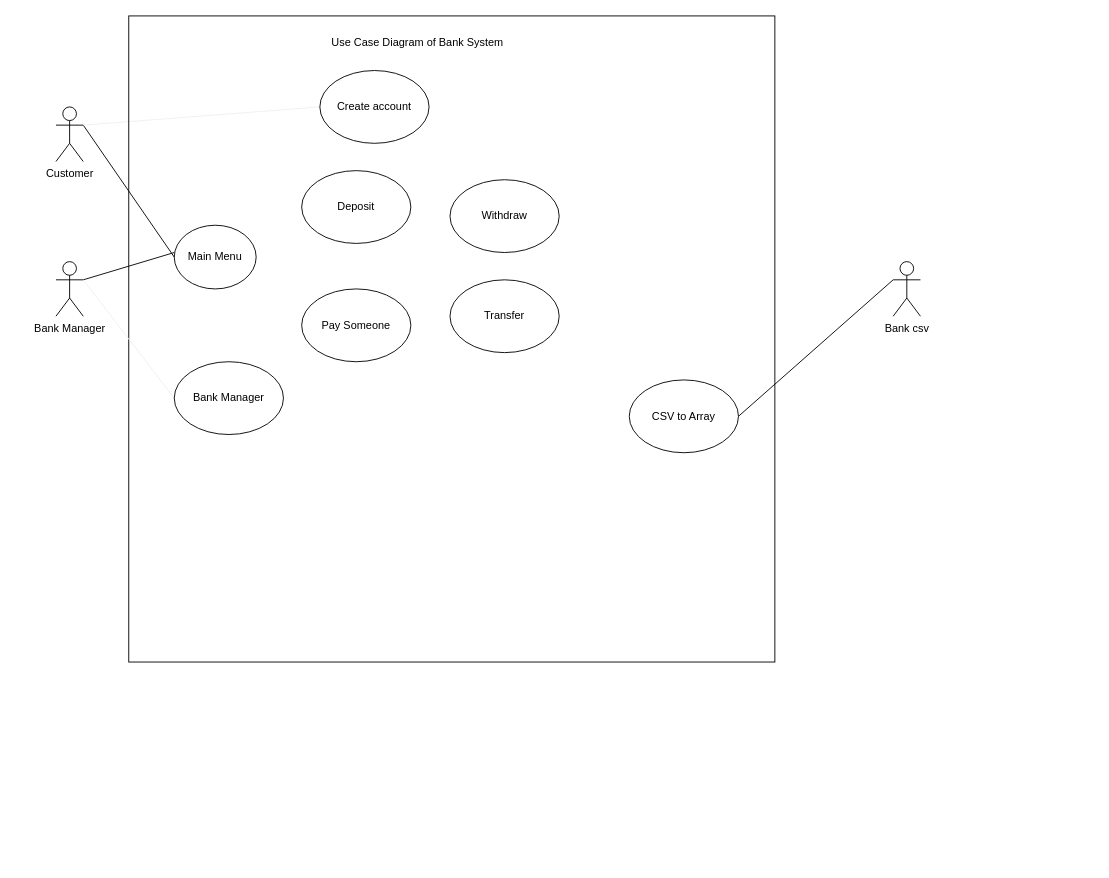
The draw.io diagram page "UML use case" (1 of 2) of Untitled Diagram.drawio in Ocor17/Simple-Banking-Application, before the edit. Source tidied: cells renumbered, new cells numbered last; positions are measured from the earlier drawing's top-left corner, leaving out a move shared by most shapes. Both pictures are drawn from the tidied source at 91%, with x=0, y=0 at pixel (56, 15).
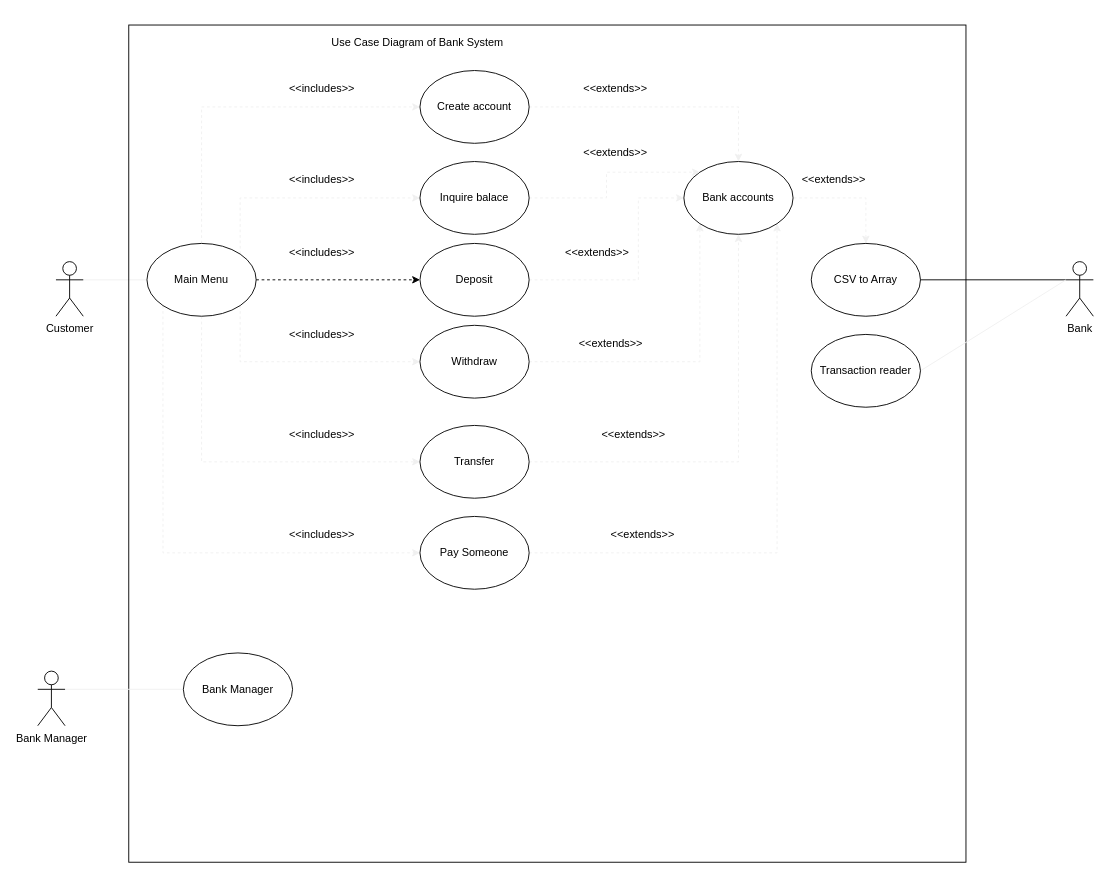
The same diagram, later.

What changed in the source:
```diff
@@
-    <mxCell id="2" style="edgeStyle=none;rounded=0;jettySize=auto;html=1;exitX=1;exitY=0.3333333333333333;exitDx=0;exitDy=0;exitPerimeter=0;entryX=0;entryY=0.5;entryDx=0;entryDy=0;endArrow=none;endFill=0;" parent="1" edge="1" source="4" target="7">
+    <mxCell id="2" style="edgeStyle=none;rounded=0;jettySize=auto;html=1;exitX=1;exitY=0.5;exitDx=0;exitDy=0;endArrow=classic;endFill=1;entryX=0;entryY=0.5;entryDx=0;entryDy=0;dashed=1;" parent="1" edge="1" source="7" target="14">
       <mxGeometry relative="1" as="geometry" />
     </mxCell>
-    <mxCell id="3" style="edgeStyle=none;rounded=0;jettySize=auto;html=1;exitX=1;exitY=0.3333333333333333;exitDx=0;exitDy=0;exitPerimeter=0;entryX=0;entryY=0.5;entryDx=0;entryDy=0;endArrow=none;endFill=0;strokeColor=#f0f0f0;" parent="1" edge="1" source="4" target="17">
+    <mxCell id="3" style="edgeStyle=orthogonalEdgeStyle;rounded=0;jettySize=auto;html=1;exitX=0.5;exitY=0;exitDx=0;exitDy=0;entryX=0;entryY=0.5;entryDx=0;entryDy=0;endArrow=classic;endFill=1;strokeColor=#f0f0f0;startArrow=none;startFill=0;dashed=1;" parent="1" edge="1" source="7" target="17">
       <mxGeometry relative="1" as="geometry" />
     </mxCell>
+    <mxCell id="20" style="edgeStyle=orthogonalEdgeStyle;rounded=0;jettySize=auto;html=1;exitX=1;exitY=1;exitDx=0;exitDy=0;entryX=0;entryY=0.5;entryDx=0;entryDy=0;startArrow=none;startFill=0;endArrow=classic;endFill=1;strokeColor=#f0f0f0;dashed=1;" parent="1" edge="1" source="7" target="13">
+      <mxGeometry relative="1" as="geometry">
+        <Array as="points">
+          <mxPoint x="202" y="380" />
+        </Array>
+      </mxGeometry>
+    </mxCell>
+    <mxCell id="21" style="edgeStyle=orthogonalEdgeStyle;rounded=0;jettySize=auto;html=1;exitX=0.5;exitY=1;exitDx=0;exitDy=0;entryX=0;entryY=0.5;entryDx=0;entryDy=0;startArrow=none;startFill=0;endArrow=classic;endFill=1;strokeColor=#f0f0f0;dashed=1;" parent="1" edge="1" source="7" target="15">
+      <mxGeometry relative="1" as="geometry">
+        <Array as="points">
+          <mxPoint x="160" y="490" />
+        </Array>
+      </mxGeometry>
+    </mxCell>
+    <mxCell id="22" style="edgeStyle=orthogonalEdgeStyle;rounded=0;jettySize=auto;html=1;exitX=0;exitY=1;exitDx=0;exitDy=0;entryX=0;entryY=0.5;entryDx=0;entryDy=0;startArrow=none;startFill=0;endArrow=classic;endFill=1;strokeColor=#f0f0f0;dashed=1;" parent="1" edge="1" source="7" target="16">
+      <mxGeometry relative="1" as="geometry">
+        <Array as="points">
+          <mxPoint x="118" y="590" />
+        </Array>
+      </mxGeometry>
+    </mxCell>
+    <mxCell id="23" style="rounded=0;jettySize=auto;html=1;exitX=1;exitY=0;exitDx=0;exitDy=0;entryX=0;entryY=0.5;entryDx=0;entryDy=0;startArrow=none;startFill=0;endArrow=classic;endFill=1;strokeColor=#f0f0f0;dashed=1;edgeStyle=orthogonalEdgeStyle;" parent="1" edge="1" source="7" target="38">
+      <mxGeometry relative="1" as="geometry">
+        <Array as="points">
+          <mxPoint x="202" y="200" />
+        </Array>
+      </mxGeometry>
+    </mxCell>
+    <mxCell id="24" style="edgeStyle=none;rounded=0;jettySize=auto;html=1;exitX=1;exitY=0.3333333333333333;exitDx=0;exitDy=0;exitPerimeter=0;startArrow=none;startFill=0;endArrow=none;endFill=0;strokeColor=#f0f0f0;" parent="1" edge="1" source="4">
+      <mxGeometry relative="1" as="geometry">
+        <mxPoint x="30" y="289.7" as="targetPoint" />
+      </mxGeometry>
+    </mxCell>
+    <mxCell id="25" style="edgeStyle=none;rounded=0;jettySize=auto;html=1;exitX=1;exitY=0.3333333333333333;exitDx=0;exitDy=0;exitPerimeter=0;entryX=0;entryY=0.5;entryDx=0;entryDy=0;startArrow=none;startFill=0;endArrow=none;endFill=0;strokeColor=#f0f0f0;" parent="1" edge="1" source="4" target="7">
+      <mxGeometry relative="1" as="geometry" />
+    </mxCell>
     <mxCell id="4" value="Customer" style="shape=umlActor;verticalLabelPosition=bottom;verticalAlign=top;html=1;outlineConnect=0;" parent="1" vertex="1">
-      <mxGeometry y="100" width="30" height="60" as="geometry" />
+      <mxGeometry y="270" width="30" height="60" as="geometry" />
     </mxCell>
-    <mxCell id="5" style="whiteSpace=wrap;html=1;fillColor=none;" parent="1" vertex="1">
-      <mxGeometry x="80" width="710" height="710" as="geometry" />
+    <mxCell id="5" style="whiteSpace=wrap;html=1;fillColor=none;perimeter=rectanglePerimeter;rounded=0;imageWidth=23;imageAspect=0;" parent="1" vertex="1">
+      <mxGeometry x="80" y="10" width="920" height="920" as="geometry" />
     </mxCell>
@@
-    <mxCell id="7" value="Main Menu" style="ellipse;whiteSpace=wrap;html=1;fillColor=none;" parent="1" vertex="1">
-      <mxGeometry x="130" y="230" width="90" height="70" as="geometry" />
-    </mxCell>
-    <mxCell id="8" style="edgeStyle=none;rounded=0;jettySize=auto;html=1;exitX=1;exitY=0.3333333333333333;exitDx=0;exitDy=0;exitPerimeter=0;endArrow=none;endFill=0;" parent="1" edge="1" source="10">
-      <mxGeometry relative="1" as="geometry">
-        <mxPoint x="130" y="260" as="targetPoint" />
-      </mxGeometry>
-    </mxCell>
@@
     <mxCell id="10" value="Bank Manager&lt;br&gt;" style="shape=umlActor;verticalLabelPosition=bottom;verticalAlign=top;html=1;outlineConnect=0;fillColor=none;" parent="1" vertex="1">
-      <mxGeometry y="270" width="30" height="60" as="geometry" />
+      <mxGeometry x="-20" y="720" width="30" height="60" as="geometry" />
     </mxCell>
@@
+    <mxCell id="26" style="rounded=0;jettySize=auto;html=1;exitX=0;exitY=0.3333333333333333;exitDx=0;exitDy=0;exitPerimeter=0;entryX=1;entryY=0.5;entryDx=0;entryDy=0;startArrow=none;startFill=0;endArrow=none;endFill=0;strokeColor=#f0f0f0;" parent="1" edge="1" source="12" target="33">
+      <mxGeometry relative="1" as="geometry" />
+    </mxCell>
-    <mxCell id="12" value="Bank csv" style="shape=umlActor;verticalLabelPosition=bottom;verticalAlign=top;html=1;outlineConnect=0;fillColor=none;" parent="1" vertex="1">
-      <mxGeometry x="920" y="270" width="30" height="60" as="geometry" />
+    <mxCell id="12" value="Bank&lt;br&gt;" style="shape=umlActor;verticalLabelPosition=bottom;verticalAlign=top;html=1;outlineConnect=0;fillColor=none;" parent="1" vertex="1">
+      <mxGeometry x="1110" y="270" width="30" height="60" as="geometry" />
     </mxCell>
+    <mxCell id="27" style="edgeStyle=orthogonalEdgeStyle;rounded=0;jettySize=auto;html=1;exitX=1;exitY=0.5;exitDx=0;exitDy=0;entryX=0;entryY=1;entryDx=0;entryDy=0;dashed=1;startArrow=none;startFill=0;endArrow=classic;endFill=1;strokeColor=#f0f0f0;" parent="1" edge="1" source="13" target="34">
+      <mxGeometry relative="1" as="geometry" />
+    </mxCell>
     <mxCell id="13" value="Withdraw" style="ellipse;whiteSpace=wrap;html=1;fillColor=none;" parent="1" vertex="1">
-      <mxGeometry x="433" y="180" width="120" height="80" as="geometry" />
+      <mxGeometry x="400" y="340" width="120" height="80" as="geometry" />
     </mxCell>
+    <mxCell id="28" style="edgeStyle=orthogonalEdgeStyle;rounded=0;jettySize=auto;html=1;exitX=1;exitY=0.5;exitDx=0;exitDy=0;entryX=0;entryY=0.5;entryDx=0;entryDy=0;dashed=1;startArrow=none;startFill=0;endArrow=classic;endFill=1;strokeColor=#f0f0f0;" parent="1" edge="1" source="14" target="34">
+      <mxGeometry relative="1" as="geometry">
+        <Array as="points">
+          <mxPoint x="640" y="290" />
+          <mxPoint x="640" y="200" />
+        </Array>
+      </mxGeometry>
+    </mxCell>
     <mxCell id="14" value="Deposit" style="ellipse;whiteSpace=wrap;html=1;fillColor=none;" parent="1" vertex="1">
-      <mxGeometry x="270" y="170" width="120" height="80" as="geometry" />
+      <mxGeometry x="400" y="250" width="120" height="80" as="geometry" />
     </mxCell>
+    <mxCell id="29" style="edgeStyle=orthogonalEdgeStyle;rounded=0;jettySize=auto;html=1;exitX=1;exitY=0.5;exitDx=0;exitDy=0;entryX=0.5;entryY=1;entryDx=0;entryDy=0;dashed=1;startArrow=none;startFill=0;endArrow=classic;endFill=1;strokeColor=#f0f0f0;" parent="1" edge="1" source="15" target="34">
+      <mxGeometry relative="1" as="geometry" />
+    </mxCell>
     <mxCell id="15" value="Transfer" style="ellipse;whiteSpace=wrap;html=1;fillColor=none;" parent="1" vertex="1">
-      <mxGeometry x="433" y="290" width="120" height="80" as="geometry" />
+      <mxGeometry x="400" y="450" width="120" height="80" as="geometry" />
     </mxCell>
+    <mxCell id="30" style="edgeStyle=orthogonalEdgeStyle;rounded=0;jettySize=auto;html=1;exitX=1;exitY=0.5;exitDx=0;exitDy=0;entryX=1;entryY=1;entryDx=0;entryDy=0;dashed=1;startArrow=none;startFill=0;endArrow=classic;endFill=1;strokeColor=#f0f0f0;" parent="1" edge="1" source="16" target="34">
+      <mxGeometry relative="1" as="geometry">
+        <Array as="points">
+          <mxPoint x="792" y="590" />
+        </Array>
+      </mxGeometry>
+    </mxCell>
     <mxCell id="16" value="Pay Someone" style="ellipse;whiteSpace=wrap;html=1;fillColor=none;" parent="1" vertex="1">
-      <mxGeometry x="270" y="300" width="120" height="80" as="geometry" />
+      <mxGeometry x="400" y="550" width="120" height="80" as="geometry" />
     </mxCell>
+    <mxCell id="31" style="edgeStyle=orthogonalEdgeStyle;rounded=0;jettySize=auto;html=1;exitX=1;exitY=0.5;exitDx=0;exitDy=0;entryX=0.5;entryY=0;entryDx=0;entryDy=0;dashed=1;startArrow=none;startFill=0;endArrow=classic;endFill=1;strokeColor=#f0f0f0;" parent="1" edge="1" source="17" target="34">
+      <mxGeometry relative="1" as="geometry" />
+    </mxCell>
     <mxCell id="17" value="Create account" style="ellipse;whiteSpace=wrap;html=1;fillColor=none;" parent="1" vertex="1">
-      <mxGeometry x="290" y="60" width="120" height="80" as="geometry" />
+      <mxGeometry x="400" y="60" width="120" height="80" as="geometry" />
     </mxCell>
+    <mxCell id="32" style="edgeStyle=orthogonalEdgeStyle;rounded=0;jettySize=auto;html=1;exitX=0.5;exitY=0;exitDx=0;exitDy=0;entryX=1;entryY=0.5;entryDx=0;entryDy=0;startArrow=classic;startFill=1;endArrow=none;endFill=0;strokeColor=#f0f0f0;dashed=1;" parent="1" edge="1" source="18" target="34">
+      <mxGeometry relative="1" as="geometry" />
+    </mxCell>
     <mxCell id="18" value="CSV to Array" style="ellipse;whiteSpace=wrap;html=1;fillColor=none;" parent="1" vertex="1">
-      <mxGeometry x="630" y="400" width="120" height="80" as="geometry" />
+      <mxGeometry x="830" y="250" width="120" height="80" as="geometry" />
     </mxCell>
     <mxCell id="19" value="Bank Manager" style="ellipse;whiteSpace=wrap;html=1;fillColor=none;" parent="1" vertex="1">
-      <mxGeometry x="130" y="380" width="120" height="80" as="geometry" />
+      <mxGeometry x="140" y="700" width="120" height="80" as="geometry" />
     </mxCell>
+    <mxCell id="33" value="Transaction reader" style="ellipse;whiteSpace=wrap;html=1;fillColor=none;" parent="1" vertex="1">
+      <mxGeometry x="830" y="350" width="120" height="80" as="geometry" />
+    </mxCell>
+    <mxCell id="34" value="Bank accounts" style="ellipse;whiteSpace=wrap;html=1;rounded=0;fillColor=none;" parent="1" vertex="1">
+      <mxGeometry x="690" y="160" width="120" height="80" as="geometry" />
+    </mxCell>
+    <mxCell id="35" value="&amp;lt;&amp;lt;extends&amp;gt;&amp;gt;" style="text;html=1;strokeColor=none;fillColor=none;align=center;verticalAlign=middle;whiteSpace=wrap;rounded=0;" parent="1" vertex="1">
+      <mxGeometry x="810" y="170" width="90" height="20" as="geometry" />
+    </mxCell>
+    <mxCell id="36" value="&amp;lt;&amp;lt;extends&amp;gt;&amp;gt;" style="text;html=1;strokeColor=none;fillColor=none;align=center;verticalAlign=middle;whiteSpace=wrap;rounded=0;" parent="1" vertex="1">
+      <mxGeometry x="570" y="70" width="90" height="20" as="geometry" />
+    </mxCell>
+    <mxCell id="37" style="edgeStyle=orthogonalEdgeStyle;rounded=0;jettySize=auto;html=1;exitX=1;exitY=0.5;exitDx=0;exitDy=0;entryX=0;entryY=0;entryDx=0;entryDy=0;dashed=1;startArrow=none;startFill=0;endArrow=classic;endFill=1;strokeColor=#f0f0f0;" parent="1" edge="1" source="38" target="34">
+      <mxGeometry relative="1" as="geometry" />
+    </mxCell>
+    <mxCell id="38" value="Inquire balace" style="ellipse;whiteSpace=wrap;html=1;fillColor=none;" parent="1" vertex="1">
+      <mxGeometry x="400" y="160" width="120" height="80" as="geometry" />
+    </mxCell>
+    <mxCell id="7" value="Main Menu" style="ellipse;whiteSpace=wrap;html=1;fillColor=none;" parent="1" vertex="1">
+      <mxGeometry x="100" y="250" width="120" height="80" as="geometry" />
+    </mxCell>
+    <mxCell id="39" value="&amp;lt;&amp;lt;includes&amp;gt;&amp;gt;" style="text;html=1;strokeColor=none;fillColor=none;align=center;verticalAlign=middle;whiteSpace=wrap;rounded=0;" parent="1" vertex="1">
+      <mxGeometry x="250" y="70" width="85" height="20" as="geometry" />
+    </mxCell>
+    <mxCell id="40" value="&amp;lt;&amp;lt;includes&amp;gt;&amp;gt;" style="text;html=1;strokeColor=none;fillColor=none;align=center;verticalAlign=middle;whiteSpace=wrap;rounded=0;" parent="1" vertex="1">
+      <mxGeometry x="250" y="170" width="85" height="20" as="geometry" />
+    </mxCell>
+    <mxCell id="41" value="&amp;lt;&amp;lt;includes&amp;gt;&amp;gt;" style="text;html=1;strokeColor=none;fillColor=none;align=center;verticalAlign=middle;whiteSpace=wrap;rounded=0;" parent="1" vertex="1">
+      <mxGeometry x="250" y="250" width="85" height="20" as="geometry" />
+    </mxCell>
+    <mxCell id="42" value="&amp;lt;&amp;lt;includes&amp;gt;&amp;gt;" style="text;html=1;strokeColor=none;fillColor=none;align=center;verticalAlign=middle;whiteSpace=wrap;rounded=0;" parent="1" vertex="1">
+      <mxGeometry x="250" y="340" width="85" height="20" as="geometry" />
+    </mxCell>
+    <mxCell id="43" value="&amp;lt;&amp;lt;includes&amp;gt;&amp;gt;" style="text;html=1;strokeColor=none;fillColor=none;align=center;verticalAlign=middle;whiteSpace=wrap;rounded=0;" parent="1" vertex="1">
+      <mxGeometry x="250" y="450" width="85" height="20" as="geometry" />
+    </mxCell>
+    <mxCell id="44" value="&amp;lt;&amp;lt;includes&amp;gt;&amp;gt;" style="text;html=1;strokeColor=none;fillColor=none;align=center;verticalAlign=middle;whiteSpace=wrap;rounded=0;" parent="1" vertex="1">
+      <mxGeometry x="250" y="560" width="85" height="20" as="geometry" />
+    </mxCell>
+    <mxCell id="45" value="&amp;lt;&amp;lt;extends&amp;gt;&amp;gt;" style="text;html=1;strokeColor=none;fillColor=none;align=center;verticalAlign=middle;whiteSpace=wrap;rounded=0;" parent="1" vertex="1">
+      <mxGeometry x="570" y="140" width="90" height="20" as="geometry" />
+    </mxCell>
+    <mxCell id="46" value="&amp;lt;&amp;lt;extends&amp;gt;&amp;gt;" style="text;html=1;strokeColor=none;fillColor=none;align=center;verticalAlign=middle;whiteSpace=wrap;rounded=0;" parent="1" vertex="1">
+      <mxGeometry x="550" y="250" width="90" height="20" as="geometry" />
+    </mxCell>
+    <mxCell id="47" value="&amp;lt;&amp;lt;extends&amp;gt;&amp;gt;" style="text;html=1;strokeColor=none;fillColor=none;align=center;verticalAlign=middle;whiteSpace=wrap;rounded=0;" parent="1" vertex="1">
+      <mxGeometry x="565" y="350" width="90" height="20" as="geometry" />
+    </mxCell>
+    <mxCell id="48" value="&amp;lt;&amp;lt;extends&amp;gt;&amp;gt;" style="text;html=1;strokeColor=none;fillColor=none;align=center;verticalAlign=middle;whiteSpace=wrap;rounded=0;" parent="1" vertex="1">
+      <mxGeometry x="590" y="450" width="90" height="20" as="geometry" />
+    </mxCell>
+    <mxCell id="49" value="&amp;lt;&amp;lt;extends&amp;gt;&amp;gt;" style="text;html=1;strokeColor=none;fillColor=none;align=center;verticalAlign=middle;whiteSpace=wrap;rounded=0;" parent="1" vertex="1">
+      <mxGeometry x="600" y="560" width="90" height="20" as="geometry" />
+    </mxCell>
```
